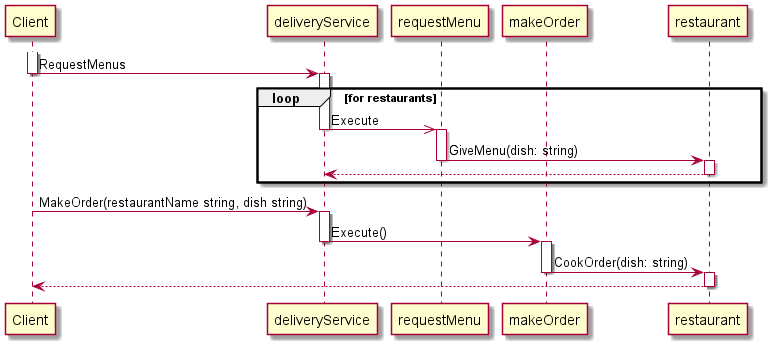
The PlantUML diagram doc/command/command_sequence.png in capitanFlint129/architectural-patterns-in-go, before a commit.
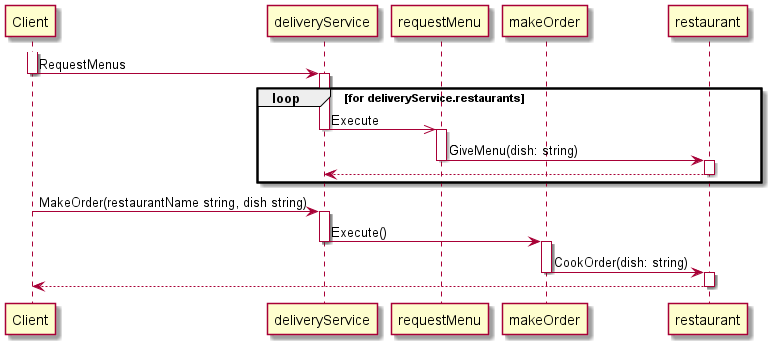
After the change.

Commit message:
fix sequence diagram

What changed in the source:
```diff
@@ -11,7 +11,7 @@
 deactivate Client
 
 activate deliveryService
-loop for restaurants
+loop for deliveryService.restaurants
     deliveryService ->> requestMenu: Execute
     deactivate deliveryService
 
```
